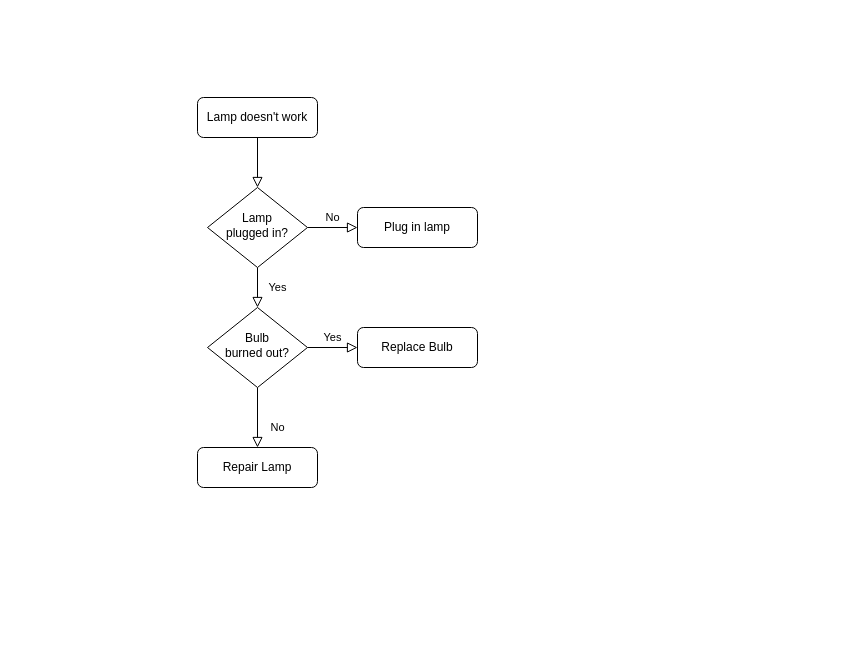
kentkenyon-ctlumen/paul_test_piglatin keeps this draw.io diagram as Untitled Diagram.drawio. Above is the earlier version. Source tidied: cells renumbered, new cells numbered last; positions are measured from the earlier drawing's top-left corner, leaving out a move shared by most shapes. Both pictures are drawn from the tidied source at 100%, with x=0, y=0 at pixel (197, 97).
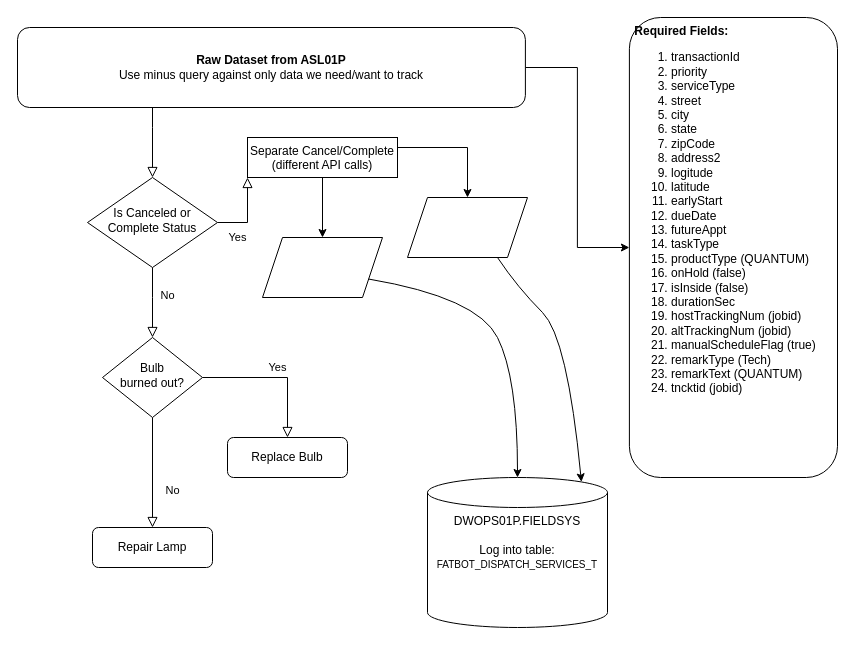
The same diagram, later.

Change to the diagram source:
```diff
@@
     <mxCell id="2" style="rounded=0;html=1;jettySize=auto;fontSize=11;endArrow=block;endFill=0;endSize=8;strokeWidth=1;shadow=0;labelBackgroundColor=none;edgeStyle=orthogonalEdgeStyle;" parent="1" edge="1" source="3" target="6">
-      <mxGeometry relative="1" as="geometry" />
+      <mxGeometry relative="1" as="geometry">
+        <Array as="points">
+          <mxPoint x="-45" y="30" />
+          <mxPoint x="-45" y="30" />
+        </Array>
+      </mxGeometry>
     </mxCell>
-    <mxCell id="3" value="Lamp doesn't work" style="rounded=1;whiteSpace=wrap;html=1;fontSize=12;glass=0;strokeWidth=1;shadow=0;" parent="1" vertex="1">
-      <mxGeometry width="120" height="40" as="geometry" />
-    </mxCell>
-    <mxCell id="4" value="Yes" style="rounded=0;html=1;jettySize=auto;fontSize=11;endArrow=block;endFill=0;endSize=8;strokeWidth=1;shadow=0;labelBackgroundColor=none;edgeStyle=orthogonalEdgeStyle;" parent="1" edge="1" source="6" target="10">
-      <mxGeometry y="20" relative="1" as="geometry" />
+    <mxCell id="4" value="Yes" style="rounded=0;html=1;jettySize=auto;fontSize=11;endArrow=block;endFill=0;endSize=8;strokeWidth=1;shadow=0;labelBackgroundColor=none;edgeStyle=orthogonalEdgeStyle;exitX=1;exitY=0.5;exitDx=0;exitDy=0;entryX=0;entryY=1;entryDx=0;entryDy=0;" parent="1" edge="1" source="6" target="17">
+      <mxGeometry x="-0.47" y="-15" relative="1" as="geometry">
+        <Array as="points">
+          <mxPoint x="50" y="125" />
+        </Array>
+      </mxGeometry>
     </mxCell>
-    <mxCell id="5" value="No" style="edgeStyle=orthogonalEdgeStyle;rounded=0;html=1;jettySize=auto;fontSize=11;endArrow=block;endFill=0;endSize=8;strokeWidth=1;shadow=0;labelBackgroundColor=none;" parent="1" edge="1" source="6" target="7">
-      <mxGeometry y="10" relative="1" as="geometry" />
+    <mxCell id="5" value="No" style="edgeStyle=orthogonalEdgeStyle;rounded=0;jettySize=auto;fontSize=11;endArrow=block;endFill=0;endSize=8;strokeWidth=1;shadow=0;labelBackgroundColor=none;html=1;exitX=0.5;exitY=1;exitDx=0;exitDy=0;entryX=0.5;entryY=0;entryDx=0;entryDy=0;" parent="1" edge="1" source="6" target="10">
+      <mxGeometry x="-0.2" y="15" relative="1" as="geometry">
+        <Array as="points">
+          <mxPoint x="-45" y="200" />
+          <mxPoint x="-45" y="200" />
+        </Array>
+      </mxGeometry>
     </mxCell>
-    <mxCell id="6" value="Lamp&lt;br&gt;plugged in?" style="rhombus;whiteSpace=wrap;html=1;shadow=0;fontFamily=Helvetica;fontSize=12;align=center;strokeWidth=1;spacing=6;spacingTop=-4;" parent="1" vertex="1">
-      <mxGeometry x="10" y="90" width="100" height="80" as="geometry" />
+    <mxCell id="6" value="Is Canceled or Complete Status" style="rhombus;whiteSpace=wrap;html=1;shadow=0;fontFamily=Helvetica;fontSize=12;align=center;strokeWidth=1;spacing=6;spacingTop=-4;" parent="1" vertex="1">
+      <mxGeometry x="-110" y="80" width="130" height="90" as="geometry" />
     </mxCell>
-    <mxCell id="7" value="Plug in lamp" style="rounded=1;whiteSpace=wrap;html=1;fontSize=12;glass=0;strokeWidth=1;shadow=0;" parent="1" vertex="1">
-      <mxGeometry x="160" y="110" width="120" height="40" as="geometry" />
-    </mxCell>
@@
     <mxCell id="9" value="Yes" style="edgeStyle=orthogonalEdgeStyle;rounded=0;html=1;jettySize=auto;fontSize=11;endArrow=block;endFill=0;endSize=8;strokeWidth=1;shadow=0;labelBackgroundColor=none;" parent="1" edge="1" source="10" target="12">
-      <mxGeometry y="10" relative="1" as="geometry" />
+      <mxGeometry x="0.03" y="10" relative="1" as="geometry" />
     </mxCell>
     <mxCell id="10" value="Bulb&lt;br&gt;burned out?" style="rhombus;whiteSpace=wrap;html=1;shadow=0;fontFamily=Helvetica;fontSize=12;align=center;strokeWidth=1;spacing=6;spacingTop=-4;" parent="1" vertex="1">
-      <mxGeometry x="10" y="210" width="100" height="80" as="geometry" />
+      <mxGeometry x="-95" y="240" width="100" height="80" as="geometry" />
     </mxCell>
     <mxCell id="11" value="Repair Lamp" style="rounded=1;whiteSpace=wrap;html=1;fontSize=12;glass=0;strokeWidth=1;shadow=0;" parent="1" vertex="1">
-      <mxGeometry y="350" width="120" height="40" as="geometry" />
+      <mxGeometry x="-105" y="430" width="120" height="40" as="geometry" />
     </mxCell>
     <mxCell id="12" value="Replace Bulb" style="rounded=1;whiteSpace=wrap;html=1;fontSize=12;glass=0;strokeWidth=1;shadow=0;" parent="1" vertex="1">
-      <mxGeometry x="160" y="230" width="120" height="40" as="geometry" />
+      <mxGeometry x="30" y="340" width="120" height="40" as="geometry" />
     </mxCell>
+    <mxCell id="13" style="group;horizontal=0;" parent="1" vertex="1">
+      <mxGeometry x="-180" y="-80" width="820" height="460" as="geometry" />
+    </mxCell>
+    <mxCell id="14" style="edgeStyle=orthogonalEdgeStyle;rounded=0;jettySize=auto;html=1;exitX=1;exitY=0.5;exitDx=0;exitDy=0;" parent="13" edge="1" source="3" target="15">
+      <mxGeometry relative="1" as="geometry" />
+    </mxCell>
+    <mxCell id="3" value="&lt;b&gt;Raw Dataset from ASL01P&lt;/b&gt;&lt;br&gt;Use minus query against only data we need/want to track" style="rounded=1;whiteSpace=wrap;html=1;fontSize=12;glass=0;strokeWidth=1;shadow=0;" parent="13" vertex="1">
+      <mxGeometry y="10" width="507.9" height="80" as="geometry" />
+    </mxCell>
+    <mxCell id="15" value="&lt;span style=&quot;white-space: pre&quot;&gt; &lt;/span&gt;&lt;b&gt;Required Fields:&lt;/b&gt;&lt;br&gt;&lt;ol&gt;&lt;li&gt;transactionId&lt;/li&gt;&lt;li&gt;priority&lt;/li&gt;&lt;li&gt;serviceType&lt;/li&gt;&lt;li&gt;street&lt;/li&gt;&lt;li&gt;city&lt;/li&gt;&lt;li&gt;state&lt;/li&gt;&lt;li&gt;zipCode&lt;/li&gt;&lt;li&gt;address2&lt;/li&gt;&lt;li&gt;logitude&lt;/li&gt;&lt;li&gt;latitude&lt;/li&gt;&lt;li&gt;earlyStart&lt;/li&gt;&lt;li&gt;dueDate&lt;/li&gt;&lt;li&gt;&lt;span&gt;futureAppt&lt;/span&gt;&lt;br&gt;&lt;/li&gt;&lt;li&gt;taskType&lt;/li&gt;&lt;li&gt;productType (QUANTUM)&lt;/li&gt;&lt;li&gt;onHold (false)&lt;/li&gt;&lt;li&gt;isInside (false)&lt;/li&gt;&lt;li&gt;durationSec&lt;/li&gt;&lt;li&gt;hostTrackingNum (jobid)&lt;/li&gt;&lt;li&gt;altTrackingNum (jobid)&lt;/li&gt;&lt;li&gt;manualScheduleFlag (true)&lt;/li&gt;&lt;li&gt;remarkType (Tech)&lt;/li&gt;&lt;li&gt;remarkText (QUANTUM)&lt;/li&gt;&lt;li&gt;tncktid (jobid)&lt;/li&gt;&lt;/ol&gt;" style="rounded=1;whiteSpace=wrap;html=1;align=left;verticalAlign=top;" parent="13" vertex="1">
+      <mxGeometry x="611.9" width="208.1" height="460" as="geometry" />
+    </mxCell>
+    <mxCell id="16" style="edgeStyle=orthogonalEdgeStyle;rounded=0;jettySize=auto;html=1;exitX=0.5;exitY=1;exitDx=0;exitDy=0;entryX=0.5;entryY=0;entryDx=0;entryDy=0;" parent="13" edge="1" source="17" target="18">
+      <mxGeometry relative="1" as="geometry" />
+    </mxCell>
+    <mxCell id="17" value="Separate Cancel/Complete&lt;br&gt;(different API calls)" style="rounded=0;whiteSpace=wrap;html=1;verticalAlign=top;" parent="13" vertex="1">
+      <mxGeometry x="230" y="120" width="150" height="40" as="geometry" />
+    </mxCell>
+    <mxCell id="18" style="shape=parallelogram;perimeter=parallelogramPerimeter;whiteSpace=wrap;html=1;fixedSize=1;verticalAlign=top;" parent="13" vertex="1">
+      <mxGeometry x="245" y="220" width="120" height="60" as="geometry" />
+    </mxCell>
+    <mxCell id="19" style="edgeStyle=orthogonalEdgeStyle;rounded=0;jettySize=auto;html=1;exitX=1;exitY=0.25;exitDx=0;exitDy=0;entryX=0.5;entryY=0;entryDx=0;entryDy=0;" parent="13" edge="1" source="17" target="20">
+      <mxGeometry relative="1" as="geometry" />
+    </mxCell>
+    <mxCell id="20" style="shape=parallelogram;perimeter=parallelogramPerimeter;whiteSpace=wrap;html=1;fixedSize=1;verticalAlign=top;" parent="13" vertex="1">
+      <mxGeometry x="390" y="180" width="120" height="60" as="geometry" />
+    </mxCell>
+    <mxCell id="21" value="DWOPS01P.FIELDSYS&lt;br&gt;&lt;br&gt;Log into table:&lt;br&gt;&lt;font style=&quot;font-size: 10px&quot;&gt;FATBOT_DISPATCH_SERVICES_T&lt;/font&gt;" style="shape=cylinder3;whiteSpace=wrap;html=1;boundedLbl=1;backgroundOutline=1;size=15;verticalAlign=top;" parent="1" vertex="1">
+      <mxGeometry x="230" y="380" width="180" height="150" as="geometry" />
+    </mxCell>
+    <mxCell id="22" style="curved=1;endArrow=classic;html=1;exitX=0.75;exitY=1;exitDx=0;exitDy=0;entryX=0.855;entryY=0;entryDx=0;entryDy=4.35;entryPerimeter=0;" parent="1" edge="1" source="20" target="21">
+      <mxGeometry relative="1" as="geometry">
+        <Array as="points">
+          <mxPoint x="320" y="190" />
+          <mxPoint x="370" y="240" />
+        </Array>
+      </mxGeometry>
+    </mxCell>
+    <mxCell id="23" style="curved=1;endArrow=classic;html=1;exitX=1;exitY=0.75;exitDx=0;exitDy=0;entryX=0.5;entryY=0;entryDx=0;entryDy=0;entryPerimeter=0;" parent="1" edge="1" source="18" target="21">
+      <mxGeometry relative="1" as="geometry">
+        <Array as="points">
+          <mxPoint x="280" y="200" />
+          <mxPoint x="320" y="280" />
+        </Array>
+      </mxGeometry>
+    </mxCell>
```
